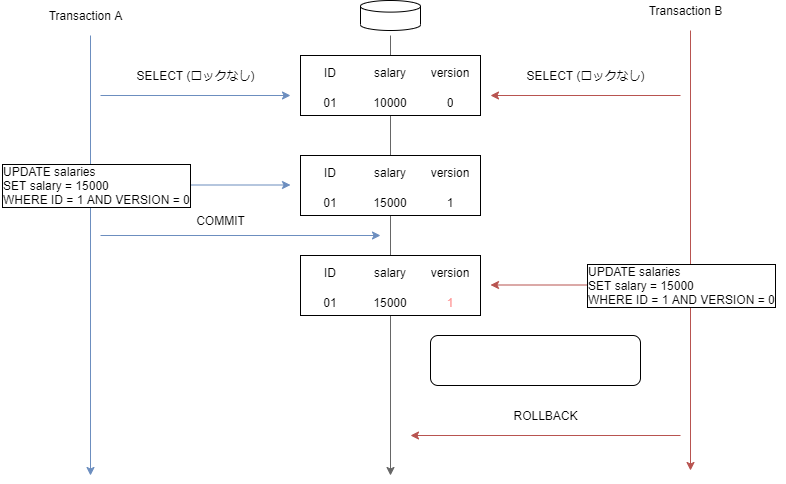
shimopino/praha-challenges keeps this draw.io diagram as database/22_Transaction/assets/optimistics.png. Above is the earlier version. Source tidied: cells renumbered, new cells last; positions are measured from the earlier drawing's top-left corner, leaving out a move shared by most shapes.
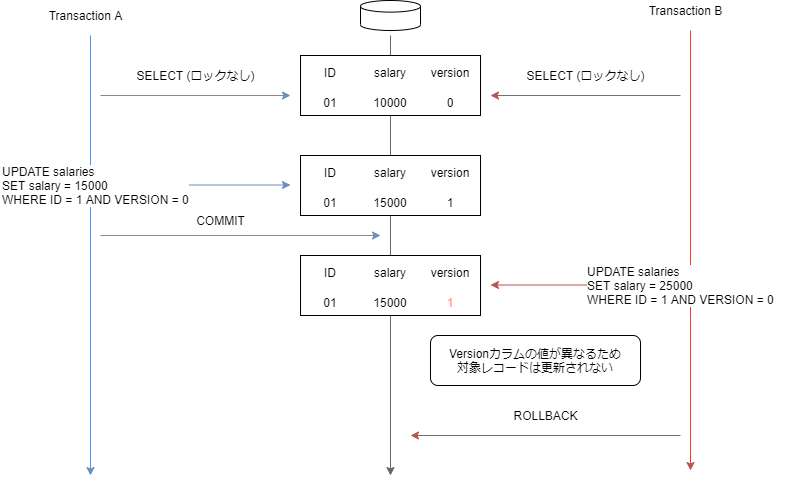
Later version of the same file.

Commit message:
docs: 楽観ロックのUPDATE文で更新内容が同じだったため異なるものに修正 #84

Diff of the diagram source:
```diff
@@ -107,7 +107,7 @@
         <mxPoint x="290" y="184.5" as="targetPoint" />
       </mxGeometry>
     </mxCell>
-    <mxCell id="31" value="UPDATE salaries&lt;br&gt;SET salary = 15000&lt;br&gt;WHERE ID = 1 AND VERSION = 0" style="text;align=left;verticalAlign=middle;fontColor=#000000;html=1;labelBackgroundColor=#ffffff;labelBorderColor=#000000;" parent="1" vertex="1">
+    <mxCell id="31" value="UPDATE salaries&lt;br&gt;SET salary = 15000&lt;br&gt;WHERE ID = 1 AND VERSION = 0" style="text;align=left;verticalAlign=middle;fontColor=#000000;html=1;labelBackgroundColor=#ffffff;labelBorderColor=none;" parent="1" vertex="1">
       <mxGeometry y="160" width="200" height="50" as="geometry" />
     </mxCell>
     <mxCell id="32" style="shape=table;html=1;whiteSpace=wrap;startSize=0;columnLines=0;rowLines=0;" parent="1" vertex="1">
@@ -143,10 +143,10 @@
         <mxPoint x="490" y="284.5" as="targetPoint" />
       </mxGeometry>
     </mxCell>
-    <mxCell id="42" value="UPDATE salaries&lt;br&gt;SET salary = 15000&lt;br&gt;WHERE ID = 1 AND VERSION = 0" style="text;align=left;verticalAlign=middle;fontColor=#000000;html=1;labelBackgroundColor=#ffffff;labelBorderColor=#000000;" parent="1" vertex="1">
+    <mxCell id="42" value="UPDATE salaries&lt;br&gt;SET salary = 25000&lt;br&gt;WHERE ID = 1 AND VERSION = 0" style="text;align=left;verticalAlign=middle;fontColor=#000000;html=1;labelBackgroundColor=#ffffff;labelBorderColor=none;" parent="1" vertex="1">
       <mxGeometry x="585" y="260" width="200" height="50" as="geometry" />
     </mxCell>
-    <mxCell id="43" value="Versionカラムの値が異なるため&lt;br&gt;対象レコードは更新されない" style="rounded=1;whiteSpace=wrap;html=1;labelBackgroundColor=none;align=center;fontColor=#FFFFFF;" parent="1" vertex="1">
+    <mxCell id="43" value="Versionカラムの値が異なるため&lt;br&gt;対象レコードは更新されない" style="rounded=1;whiteSpace=wrap;html=1;labelBackgroundColor=none;align=center;fontColor=#000000;" parent="1" vertex="1">
       <mxGeometry x="430" y="335" width="210" height="50" as="geometry" />
     </mxCell>
     <mxCell id="44" style="endArrow=classic;html=1;fillColor=#dae8fc;strokeColor=#6c8ebf;" parent="1" edge="1">
```
